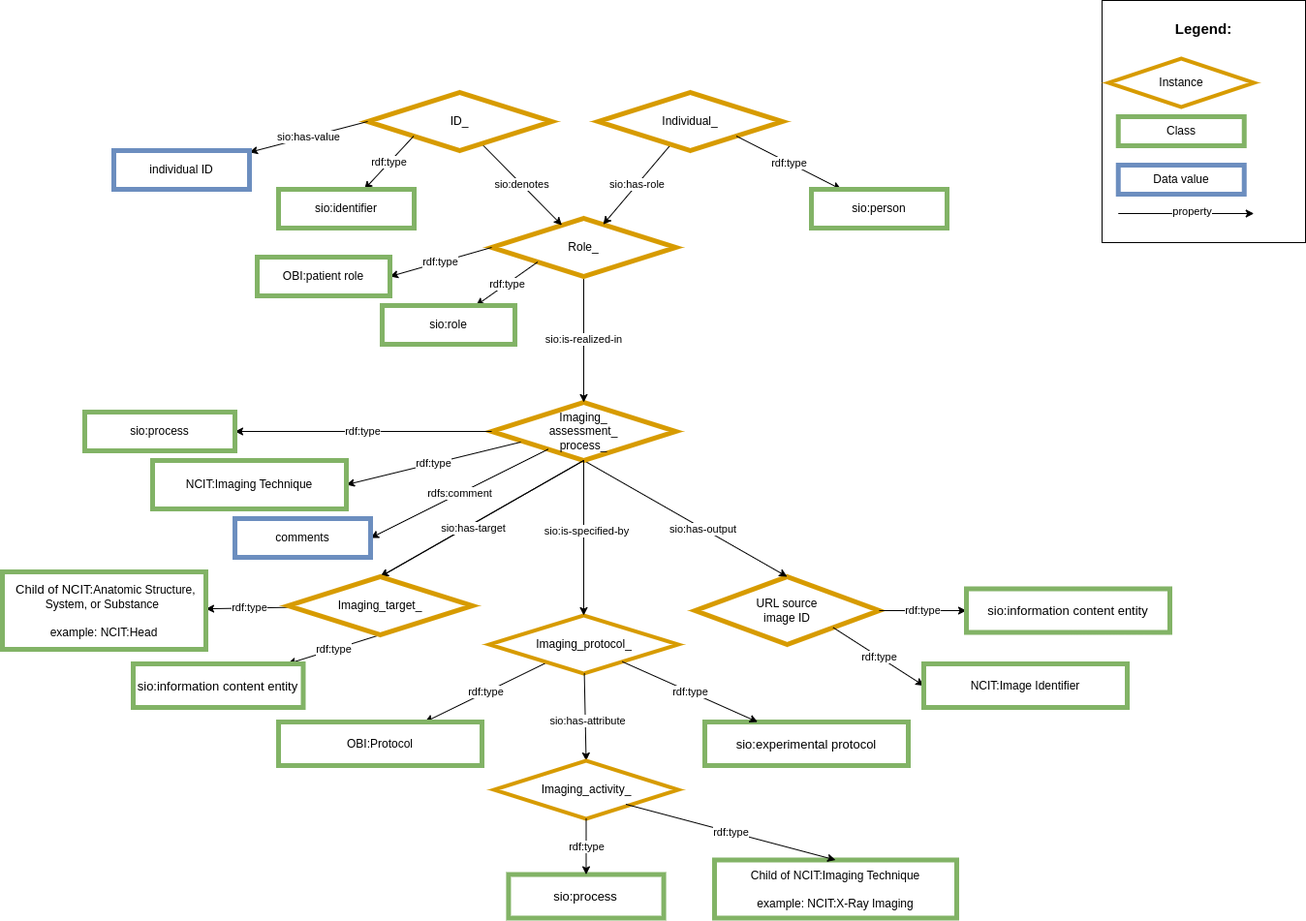
This is images/CARE-SM-Imaging.png from CARE-SM/CARE-Semantic-Model, a draw.io export, as it was before one commit. Source tidied: cells renumbered, new cells last; positions are measured from the earlier drawing's top-left corner, leaving out a move shared by most shapes.
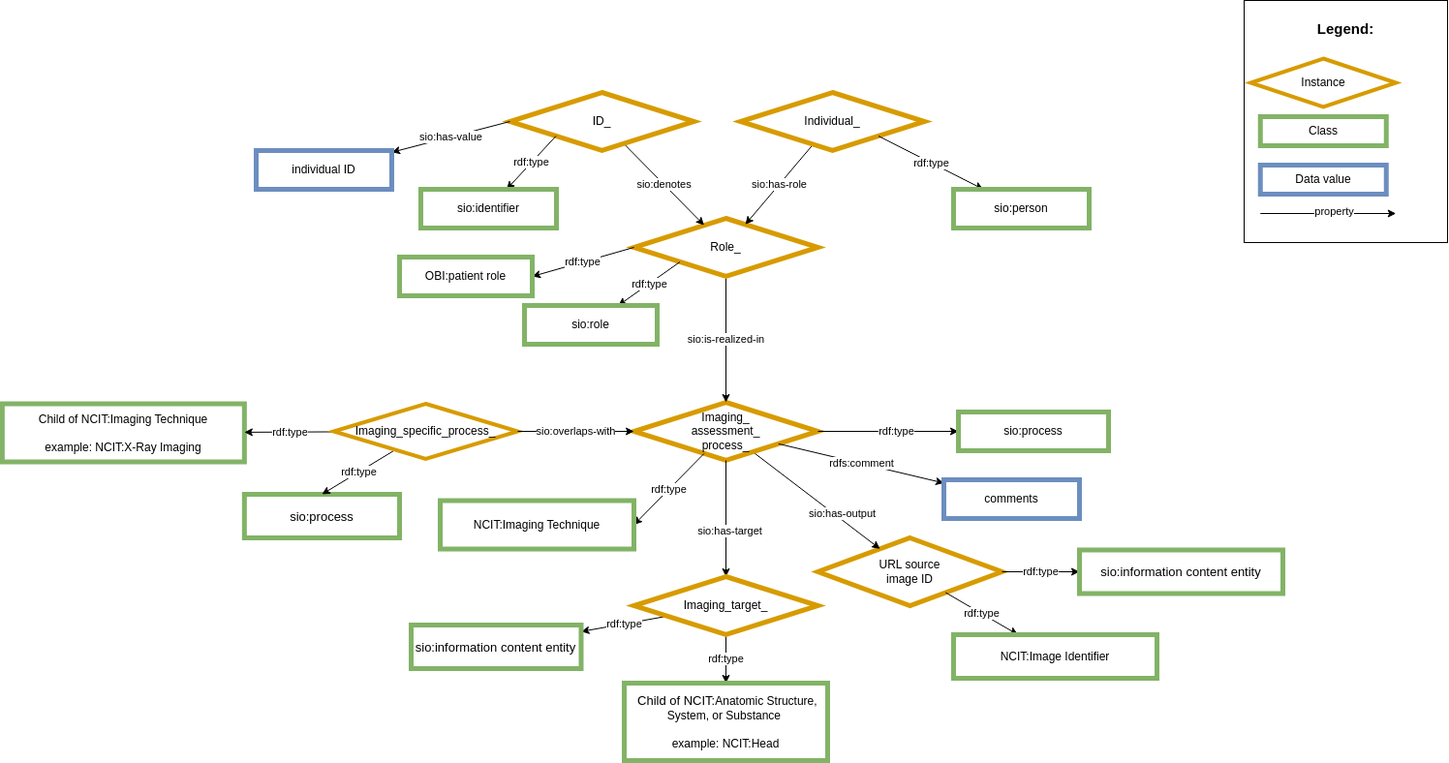
Later version of the same file.

Diff of the diagram source:
```diff
@@ -3,9 +3,9 @@
     <mxCell id="0" />
     <mxCell id="1" parent="0" />
     <mxCell id="2" value="URL source &lt;br&gt;image ID" style="rhombus;whiteSpace=wrap;html=1;fillColor=#FFFFFF;strokeColor=#d79b00;strokeWidth=5;" parent="1" vertex="1">
-      <mxGeometry x="715" y="595" width="190" height="70" as="geometry" />
+      <mxGeometry x="695" y="555" width="190" height="70" as="geometry" />
     </mxCell>
-    <mxCell id="3" style="edgeStyle=none;rounded=0;jettySize=auto;html=1;exitX=0.5;exitY=1;exitDx=0;exitDy=0;entryX=0.5;entryY=0;entryDx=0;entryDy=0;" parent="1" edge="1" source="5" target="2">
+    <mxCell id="3" style="edgeStyle=none;rounded=0;jettySize=auto;html=1;" parent="1" edge="1" source="5" target="2">
       <mxGeometry relative="1" as="geometry" />
     </mxCell>
     <mxCell id="4" value="&lt;span style=&quot;color: rgb(0, 0, 0); font-family: Helvetica; font-size: 11px; font-style: normal; font-variant-ligatures: normal; font-variant-caps: normal; font-weight: 400; letter-spacing: normal; orphans: 2; text-align: center; text-indent: 0px; text-transform: none; widows: 2; word-spacing: 0px; -webkit-text-stroke-width: 0px; background-color: rgb(255, 255, 255); text-decoration-thickness: initial; text-decoration-style: initial; text-decoration-color: initial; float: none; display: inline !important;&quot;&gt;sio:has-output&lt;/span&gt;" style="edgeLabel;html=1;align=center;verticalAlign=middle;" parent="3" vertex="1">
@@ -19,17 +19,17 @@
     <mxCell id="6" value="&lt;span style=&quot;color: rgb(0, 0, 0); font-family: Helvetica; font-size: 11px; font-style: normal; font-variant-ligatures: normal; font-variant-caps: normal; font-weight: 400; letter-spacing: normal; orphans: 2; text-align: center; text-indent: 0px; text-transform: none; widows: 2; word-spacing: 0px; -webkit-text-stroke-width: 0px; background-color: rgb(255, 255, 255); text-decoration-thickness: initial; text-decoration-style: initial; text-decoration-color: initial; float: none; display: inline !important;&quot;&gt;sio:is-realized-in&lt;/span&gt;" style="rounded=0;jettySize=auto;html=1;exitX=0.5;exitY=1;exitDx=0;exitDy=0;entryX=0.5;entryY=0;entryDx=0;entryDy=0;" parent="1" edge="1" source="11" target="5">
       <mxGeometry relative="1" as="geometry" />
     </mxCell>
-    <mxCell id="7" value="rdf:type" style="edgeStyle=none;rounded=0;jettySize=auto;html=1;exitX=0;exitY=0.5;exitDx=0;exitDy=0;" parent="1" edge="1" source="5" target="8">
-      <mxGeometry relative="1" as="geometry" />
+    <mxCell id="7" value="rdf:type" style="edgeStyle=none;rounded=0;jettySize=auto;html=1;" parent="1" edge="1" source="5" target="8">
+      <mxGeometry x="0.11" relative="1" as="geometry" />
     </mxCell>
     <mxCell id="8" value="sio:process" style="whiteSpace=wrap;html=1;fillColor=#FFFFFF;strokeColor=#82b366;strokeWidth=5;" parent="1" vertex="1">
-      <mxGeometry x="85" y="425" width="155" height="40" as="geometry" />
+      <mxGeometry x="840" y="425" width="155" height="40" as="geometry" />
     </mxCell>
     <mxCell id="9" value="rdf:type" style="edgeStyle=none;rounded=0;jettySize=auto;html=1;exitX=1;exitY=0.5;exitDx=0;exitDy=0;" parent="1" edge="1" source="2" target="10">
       <mxGeometry relative="1" as="geometry" />
     </mxCell>
     <mxCell id="10" value="&lt;font size=&quot;2&quot;&gt;sio:information content entity&lt;/font&gt;" style="whiteSpace=wrap;html=1;fillColor=#FFFFFF;strokeColor=#82b366;strokeWidth=5;" parent="1" vertex="1">
-      <mxGeometry x="995" y="607.5" width="210" height="45" as="geometry" />
+      <mxGeometry x="965" y="567.5" width="210" height="45" as="geometry" />
     </mxCell>
     <mxCell id="11" value="Role_" style="rhombus;whiteSpace=wrap;html=1;fillColor=#FFFFFF;strokeColor=#d79b00;strokeWidth=5;" parent="1" vertex="1">
       <mxGeometry x="505" y="225" width="190" height="60" as="geometry" />
@@ -64,17 +64,11 @@
     <mxCell id="21" value="sio:person" style="whiteSpace=wrap;html=1;fillColor=#FFFFFF;strokeColor=#82b366;strokeWidth=5;" parent="1" vertex="1">
       <mxGeometry x="835" y="195" width="140" height="40" as="geometry" />
     </mxCell>
-    <mxCell id="22" style="edgeStyle=none;rounded=0;jettySize=auto;html=1;exitX=0.5;exitY=1;exitDx=0;exitDy=0;entryX=0.5;entryY=0;entryDx=0;entryDy=0;" parent="1" edge="1" source="5" target="23">
-      <mxGeometry relative="1" as="geometry" />
-    </mxCell>
-    <mxCell id="23" value="Target" style="rhombus;whiteSpace=wrap;html=1;fillColor=#ffe6cc;strokeColor=#d79b00;" parent="1" vertex="1">
-      <mxGeometry x="295" y="595" width="190" height="60" as="geometry" />
-    </mxCell>
-    <mxCell id="24" value="rdf:type" style="edgeStyle=none;rounded=0;jettySize=auto;html=1;exitX=0.5;exitY=1;exitDx=0;exitDy=0;" parent="1" edge="1" source="23" target="25">
+    <mxCell id="24" value="rdf:type" style="edgeStyle=none;rounded=0;jettySize=auto;html=1;" parent="1" edge="1" source="40" target="25">
       <mxGeometry relative="1" as="geometry" />
     </mxCell>
     <mxCell id="25" value="&lt;font size=&quot;2&quot;&gt;sio:information content entity&lt;/font&gt;" style="whiteSpace=wrap;html=1;fillColor=#FFFFFF;strokeColor=#82b366;strokeWidth=5;" parent="1" vertex="1">
-      <mxGeometry x="135" y="685" width="175.5" height="45" as="geometry" />
+      <mxGeometry x="275" y="645" width="175.5" height="45" as="geometry" />
     </mxCell>
     <mxCell id="26" value="rdf:type" style="edgeStyle=none;rounded=0;orthogonalLoop=1;jettySize=auto;html=1;exitX=0;exitY=1;exitDx=0;exitDy=0;" parent="1" edge="1">
       <mxGeometry relative="1" as="geometry">
@@ -98,23 +92,23 @@
     <mxCell id="31" value="OBI:patient role" style="whiteSpace=wrap;html=1;fillColor=#FFFFFF;strokeColor=#82b366;strokeWidth=5;" parent="1" vertex="1">
       <mxGeometry x="263" y="265" width="137" height="40" as="geometry" />
     </mxCell>
-    <mxCell id="32" value="rdf:type" style="edgeStyle=none;rounded=0;jettySize=auto;html=1;exitX=0.158;exitY=0.683;exitDx=0;exitDy=0;entryX=1;entryY=0.5;entryDx=0;entryDy=0;exitPerimeter=0;" parent="1" edge="1" source="5" target="33">
+    <mxCell id="32" value="rdf:type" style="edgeStyle=none;rounded=0;jettySize=auto;html=1;entryX=1;entryY=0.5;entryDx=0;entryDy=0;" parent="1" edge="1" source="5" target="33">
       <mxGeometry relative="1" as="geometry" />
     </mxCell>
     <mxCell id="33" value="NCIT:Imaging Technique&lt;div&gt;&lt;/div&gt;" style="whiteSpace=wrap;html=1;fillColor=#FFFFFF;strokeColor=#82b366;strokeWidth=5;" parent="1" vertex="1">
-      <mxGeometry x="155" y="475" width="200" height="50" as="geometry" />
+      <mxGeometry x="305" y="516.5" width="200" height="50" as="geometry" />
     </mxCell>
-    <mxCell id="34" value="rdf:type" style="edgeStyle=none;rounded=0;jettySize=auto;html=1;entryX=0;entryY=0.5;entryDx=0;entryDy=0;exitX=1;exitY=1;exitDx=0;exitDy=0;" parent="1" edge="1" source="2" target="35">
+    <mxCell id="34" value="rdf:type" style="edgeStyle=none;rounded=0;jettySize=auto;html=1;" parent="1" edge="1" source="2" target="35">
       <mxGeometry relative="1" as="geometry" />
     </mxCell>
     <mxCell id="35" value="NCIT:Image Identifier" style="whiteSpace=wrap;html=1;fillColor=#FFFFFF;strokeColor=#82b366;strokeWidth=5;" parent="1" vertex="1">
-      <mxGeometry x="951" y="685" width="210" height="45" as="geometry" />
+      <mxGeometry x="835" y="655" width="210" height="45" as="geometry" />
     </mxCell>
     <mxCell id="36" value="rdf:type" style="edgeStyle=none;rounded=0;jettySize=auto;html=1;" parent="1" edge="1" source="40" target="37">
       <mxGeometry relative="1" as="geometry" />
     </mxCell>
     <mxCell id="37" value="&lt;font style=&quot;border-color: var(--border-color);&quot; size=&quot;2&quot;&gt;&amp;nbsp;Child of NCIT:&lt;/font&gt;Anatomic Structure, System, or Substance&amp;nbsp;&lt;br&gt;&lt;br style=&quot;border-color: var(--border-color);&quot;&gt;example: NCIT:Head" style="whiteSpace=wrap;html=1;fillColor=#FFFFFF;strokeColor=#82b366;strokeWidth=5;" parent="1" vertex="1">
-      <mxGeometry y="590" width="210" height="80" as="geometry" />
+      <mxGeometry x="495" y="705" width="210" height="80" as="geometry" />
     </mxCell>
     <mxCell id="38" style="edgeStyle=none;rounded=0;jettySize=auto;html=1;exitX=0.5;exitY=1;exitDx=0;exitDy=0;entryX=0.5;entryY=0;entryDx=0;entryDy=0;" parent="1" edge="1" target="40">
       <mxGeometry relative="1" as="geometry">
@@ -123,17 +117,17 @@
     </mxCell>
     <mxCell id="39" value="sio:has-target" style="edgeLabel;html=1;align=center;verticalAlign=middle;" parent="38" vertex="1">
       <mxGeometry x="-0.21" y="-1" relative="1" as="geometry">
-        <mxPoint x="-31" y="23" as="offset" />
+        <mxPoint x="4" y="24" as="offset" />
       </mxGeometry>
     </mxCell>
     <mxCell id="40" value="Imaging_target_" style="rhombus;whiteSpace=wrap;html=1;fillColor=#FFFFFF;strokeColor=#d79b00;strokeWidth=5;" parent="1" vertex="1">
-      <mxGeometry x="295" y="595" width="190" height="60" as="geometry" />
+      <mxGeometry x="505" y="595" width="190" height="60" as="geometry" />
     </mxCell>
-    <mxCell id="41" value="rdfs:comment" style="rounded=0;jettySize=auto;html=1;entryX=1;entryY=0.5;entryDx=0;entryDy=0;" parent="1" edge="1" source="5" target="42">
+    <mxCell id="41" value="rdfs:comment" style="rounded=0;jettySize=auto;html=1;" parent="1" edge="1" source="5" target="42">
       <mxGeometry relative="1" as="geometry" />
     </mxCell>
     <mxCell id="42" value="comments" style="whiteSpace=wrap;html=1;fillColor=#FFFFFF;strokeColor=#6c8ebf;strokeWidth=5;" parent="1" vertex="1">
-      <mxGeometry x="240" y="535" width="140" height="40" as="geometry" />
+      <mxGeometry x="825" y="495" width="140" height="40" as="geometry" />
     </mxCell>
     <mxCell id="43" value="&lt;div style=&quot;text-align: left; font-size: 15px;&quot;&gt;&lt;span style=&quot;background-color: initial;&quot;&gt;&lt;b style=&quot;&quot;&gt;&lt;font style=&quot;font-size: 15px;&quot;&gt;Legend:&lt;/font&gt;&lt;/b&gt;&lt;/span&gt;&lt;/div&gt;&lt;div style=&quot;text-align: left; font-size: 15px;&quot;&gt;&lt;span style=&quot;background-color: initial;&quot;&gt;&lt;br&gt;&lt;/span&gt;&lt;/div&gt;&lt;div style=&quot;text-align: left;&quot;&gt;&lt;span style=&quot;background-color: initial;&quot;&gt;&lt;br&gt;&lt;/span&gt;&lt;/div&gt;&lt;div style=&quot;text-align: left;&quot;&gt;&lt;span style=&quot;background-color: initial;&quot;&gt;&lt;br&gt;&lt;/span&gt;&lt;/div&gt;&lt;div style=&quot;text-align: left;&quot;&gt;&lt;br&gt;&lt;/div&gt;&lt;div style=&quot;text-align: left;&quot;&gt;&lt;br&gt;&lt;/div&gt;&lt;div style=&quot;text-align: left;&quot;&gt;&lt;br&gt;&lt;/div&gt;&lt;div style=&quot;text-align: left;&quot;&gt;&lt;br&gt;&lt;/div&gt;&lt;div style=&quot;text-align: left;&quot;&gt;&lt;br&gt;&lt;/div&gt;&lt;div style=&quot;text-align: left;&quot;&gt;&lt;span style=&quot;background-color: initial;&quot;&gt;&lt;br&gt;&lt;/span&gt;&lt;/div&gt;&lt;div style=&quot;text-align: left;&quot;&gt;&lt;span style=&quot;background-color: initial;&quot;&gt;&lt;br&gt;&lt;/span&gt;&lt;/div&gt;&lt;div style=&quot;text-align: left;&quot;&gt;&lt;span style=&quot;background-color: initial;&quot;&gt;&lt;br&gt;&lt;/span&gt;&lt;/div&gt;&lt;div style=&quot;text-align: left;&quot;&gt;&lt;span style=&quot;background-color: initial;&quot;&gt;&lt;br&gt;&lt;/span&gt;&lt;/div&gt;&lt;div style=&quot;text-align: left;&quot;&gt;&lt;span style=&quot;background-color: initial;&quot;&gt;&lt;br&gt;&lt;/span&gt;&lt;/div&gt;" style="rounded=0;whiteSpace=wrap;html=1;" parent="1" vertex="1">
       <mxGeometry x="1135" width="210" height="250" as="geometry" />
@@ -153,48 +147,23 @@
         <mxPoint x="1291.8" y="220" as="targetPoint" />
       </mxGeometry>
     </mxCell>
-    <mxCell id="48" value="rdf:type" style="edgeStyle=none;rounded=0;jettySize=auto;html=1;" parent="1" edge="1" source="50" target="49">
-      <mxGeometry relative="1" as="geometry" />
-    </mxCell>
-    <mxCell id="49" value="OBI:Protocol" style="whiteSpace=wrap;html=1;fillColor=#FFFFFF;strokeColor=#82b366;strokeWidth=5;" parent="1" vertex="1">
-      <mxGeometry x="285" y="745" width="210" height="45" as="geometry" />
-    </mxCell>
-    <mxCell id="50" value="Imaging_protocol_" style="rhombus;whiteSpace=wrap;html=1;fillColor=#FFFFFF;strokeColor=#D79B00;perimeter=rhombusPerimeter;arcSize=20;comic=0;enumerate=0;strokeWidth=4;rounded=0;" parent="1" vertex="1">
-      <mxGeometry x="502.5" y="635" width="195" height="60" as="geometry" />
-    </mxCell>
-    <mxCell id="51" value="&lt;font size=&quot;2&quot;&gt;sio:experimental protocol&lt;/font&gt;" style="whiteSpace=wrap;html=1;fillColor=#FFFFFF;strokeColor=#82b366;strokeWidth=5;" parent="1" vertex="1">
-      <mxGeometry x="725" y="745" width="210" height="45" as="geometry" />
-    </mxCell>
-    <mxCell id="52" value="rdf:type" style="edgeStyle=none;rounded=0;jettySize=auto;html=1;" parent="1" edge="1" source="50" target="51">
-      <mxGeometry relative="1" as="geometry" />
-    </mxCell>
-    <mxCell id="53" value="sio:has-attribute" style="rounded=0;jettySize=auto;html=1;entryX=0.5;entryY=0;entryDx=0;entryDy=0;" parent="1" edge="1" source="50" target="54">
-      <mxGeometry x="0.09" y="2" relative="1" as="geometry" />
-    </mxCell>
-    <mxCell id="54" value="Imaging_activity_" style="rhombus;whiteSpace=wrap;html=1;fillColor=#FFFFFF;strokeColor=#D79B00;perimeter=rhombusPerimeter;arcSize=20;comic=0;enumerate=0;strokeWidth=4;rounded=0;" parent="1" vertex="1">
-      <mxGeometry x="507.5" y="785" width="190" height="60" as="geometry" />
-    </mxCell>
     <mxCell id="55" value="&lt;font size=&quot;2&quot;&gt;sio:process&lt;/font&gt;" style="whiteSpace=wrap;html=1;fillColor=#FFFFFF;strokeColor=#82b366;strokeWidth=5;" parent="1" vertex="1">
-      <mxGeometry x="522.4" y="902.5" width="160.2" height="45" as="geometry" />
+      <mxGeometry x="102.8" y="510" width="160.2" height="45" as="geometry" />
     </mxCell>
-    <mxCell id="56" value="rdf:type" style="edgeStyle=none;rounded=0;jettySize=auto;html=1;exitX=0.5;exitY=1;exitDx=0;exitDy=0;entryX=0.5;entryY=0;entryDx=0;entryDy=0;" parent="1" edge="1" source="54" target="55">
+    <mxCell id="56" value="rdf:type" style="edgeStyle=none;rounded=0;jettySize=auto;html=1;entryX=0.5;entryY=0;entryDx=0;entryDy=0;" parent="1" edge="1" source="61" target="55">
       <mxGeometry relative="1" as="geometry" />
     </mxCell>
     <mxCell id="57" value="&lt;div style=&quot;border-color: var(--border-color);&quot;&gt;Child of NCIT:Imaging Technique&lt;/div&gt;&lt;div style=&quot;border-color: var(--border-color);&quot;&gt;&amp;nbsp;&lt;/div&gt;&lt;div style=&quot;border-color: var(--border-color);&quot;&gt;example: NCIT:X-Ray Imaging&lt;/div&gt;" style="whiteSpace=wrap;html=1;fillColor=#FFFFFF;strokeColor=#82b366;strokeWidth=5;" parent="1" vertex="1">
-      <mxGeometry x="735" y="887.5" width="250" height="60" as="geometry" />
+      <mxGeometry x="-147.2" y="416.5" width="250" height="60" as="geometry" />
     </mxCell>
-    <mxCell id="58" value="rdf:type" style="edgeStyle=none;rounded=0;jettySize=auto;html=1;exitX=0.716;exitY=0.75;exitDx=0;exitDy=0;entryX=0.5;entryY=0;entryDx=0;entryDy=0;exitPerimeter=0;" parent="1" edge="1" source="54" target="57">
+    <mxCell id="58" value="rdf:type" style="edgeStyle=none;rounded=0;jettySize=auto;html=1;" parent="1" edge="1" source="61" target="57">
       <mxGeometry relative="1" as="geometry" />
     </mxCell>
-    <mxCell id="59" style="edgeStyle=none;rounded=0;jettySize=auto;html=1;exitX=0.5;exitY=1;exitDx=0;exitDy=0;" parent="1" edge="1" target="50">
-      <mxGeometry relative="1" as="geometry">
-        <mxPoint x="600" y="475" as="sourcePoint" />
-      </mxGeometry>
-    </mxCell>
-    <mxCell id="60" value="sio:is-specified-by" style="edgeLabel;html=1;align=center;verticalAlign=middle;" parent="59" vertex="1">
-      <mxGeometry x="-0.21" y="-1" relative="1" as="geometry">
-        <mxPoint x="3" y="8" as="offset" />
-      </mxGeometry>
-    </mxCell>
+    <mxCell id="61" value="Imaging_specific_process_" style="rhombus;whiteSpace=wrap;html=1;fillColor=#FFFFFF;strokeColor=#D79B00;perimeter=rhombusPerimeter;arcSize=20;comic=0;enumerate=0;strokeWidth=4;rounded=0;" parent="1" vertex="1">
+      <mxGeometry x="195" y="416.5" width="190" height="57" as="geometry" />
+    </mxCell>
+    <mxCell id="62" value="sio:overlaps-with" style="edgeStyle=none;rounded=0;jettySize=auto;html=1;exitX=1;exitY=0.5;exitDx=0;exitDy=0;entryX=0;entryY=0.5;entryDx=0;entryDy=0;" parent="1" edge="1" source="61" target="5">
+      <mxGeometry relative="1" as="geometry" />
+    </mxCell>
   </root>
 </mxGraphModel>
```
